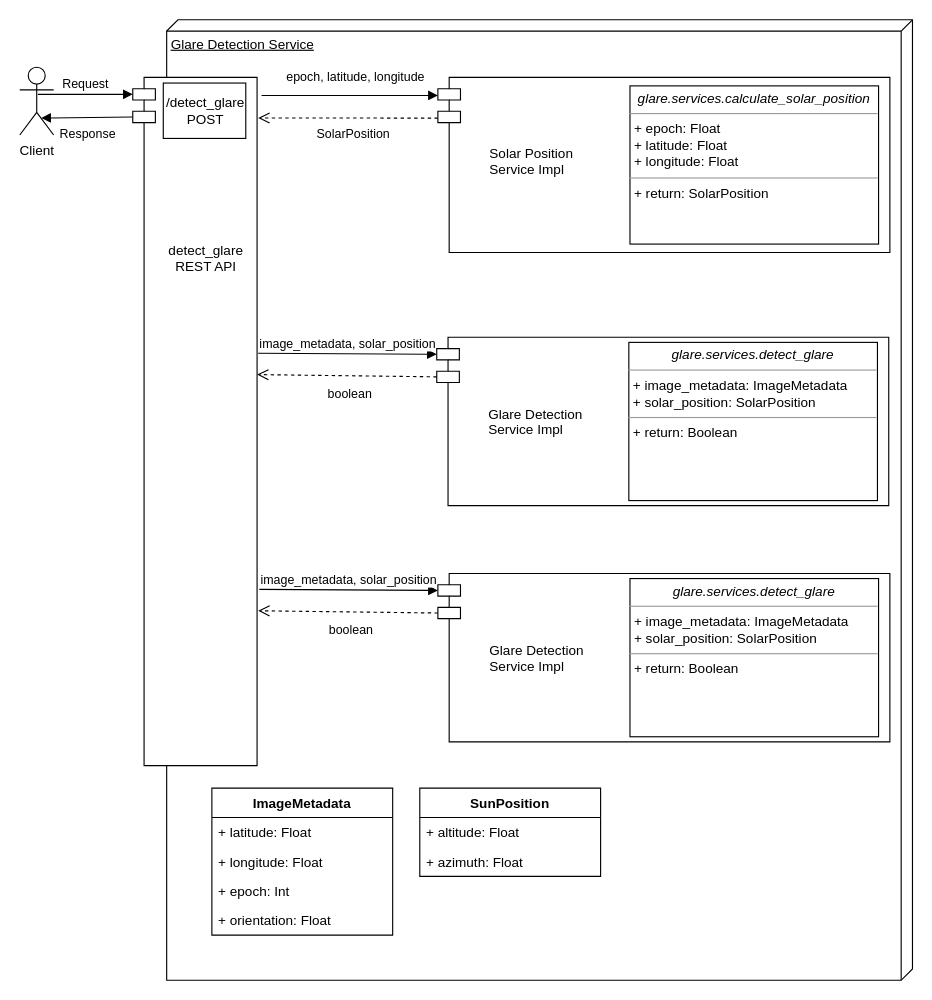
Above: GlareArchitectureExtended.drawio in nacho-fm/glare (draw.io), before the change. Source tidied: cells renumbered, new cells numbered last; positions are measured from the earlier drawing's top-left corner, leaving out a move shared by most shapes. Both pictures are drawn from the tidied source at 113%, with x=0, y=0 at pixel (19, 19).
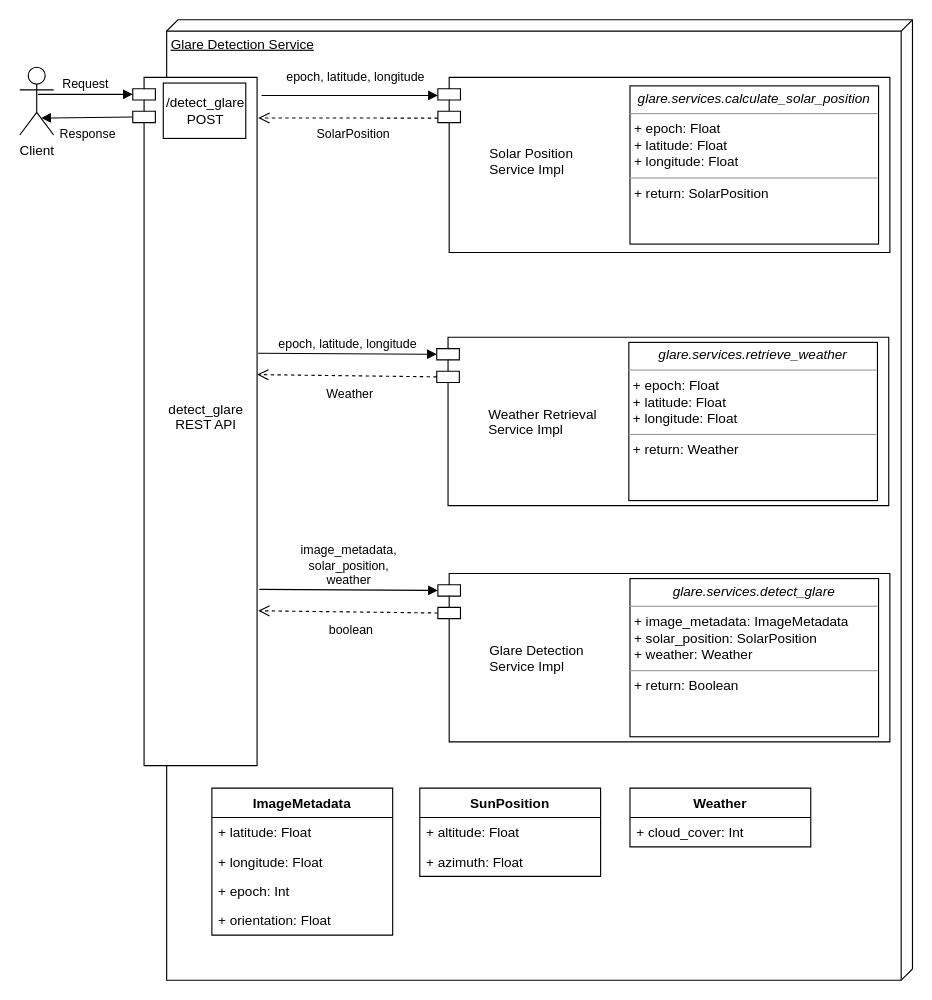
After the change.

Commit message:
Finish adding weather service to GlareArchitectureExtended.drawio

Unchanged cells that the change refers to:
```xml
<mxCell id="27" style="shape=module;align=left;spacingLeft=20;align=center;verticalAlign=top;direction=east;" parent="1" vertex="1">
  <mxGeometry x="369" y="281" width="400" height="149" as="geometry" />
</mxCell>
```

Diff of the diagram source:
```diff
@@
-    <mxCell id="3" value="&#10;&#10;&#10;&#10;&#10;&#10;&#10;&#10;&#10;&#10;detect_glare&#10;REST API" style="shape=module;align=left;spacingLeft=20;align=center;verticalAlign=top;" parent="1" vertex="1">
+    <mxCell id="3" value="&#10;&#10;&#10;&#10;&#10;&#10;&#10;&#10;&#10;&#10;&#10;&#10;&#10;&#10;&#10;&#10;&#10;&#10;&#10;&#10;detect_glare&#10;REST API" style="shape=module;align=left;spacingLeft=20;align=center;verticalAlign=top;" parent="1" vertex="1">
       <mxGeometry x="100" y="51" width="110" height="609" as="geometry" />
     </mxCell>
-    <mxCell id="4" value="image_metadata, solar_position" style="html=1;verticalAlign=bottom;endArrow=block;entryX=0;entryY=0;entryDx=0;entryDy=15;entryPerimeter=0;exitX=1.018;exitY=0.585;exitDx=0;exitDy=0;exitPerimeter=0;" parent="1" edge="1">
+    <mxCell id="4" value="image_metadata,&lt;br&gt;solar_position,&lt;br&gt;weather" style="html=1;verticalAlign=bottom;endArrow=block;entryX=0;entryY=0;entryDx=0;entryDy=15;entryPerimeter=0;exitX=1.018;exitY=0.585;exitDx=0;exitDy=0;exitPerimeter=0;" parent="1" edge="1">
       <mxGeometry relative="1" as="geometry">
         <mxPoint x="212" y="504.1" as="sourcePoint" />
         <mxPoint x="370" y="505" as="targetPoint" />
       </mxGeometry>
     </mxCell>
@@
-    <mxCell id="13" value="&lt;p style=&quot;margin: 0px ; margin-top: 4px ; text-align: center&quot;&gt;&lt;i&gt;glare.services.detect_glare&lt;/i&gt;&lt;/p&gt;&lt;hr size=&quot;1&quot;&gt;&lt;p style=&quot;margin: 0px ; margin-left: 4px&quot;&gt;+ image_metadata: ImageMetadata&lt;br&gt;+ solar_position: SolarPosition&lt;/p&gt;&lt;hr size=&quot;1&quot;&gt;&lt;p style=&quot;margin: 0px ; margin-left: 4px&quot;&gt;+ return: Boolean&lt;/p&gt;" style="verticalAlign=top;align=left;overflow=fill;fontSize=12;fontFamily=Helvetica;html=1;" parent="1" vertex="1">
+    <mxCell id="13" value="&lt;p style=&quot;margin: 0px ; margin-top: 4px ; text-align: center&quot;&gt;&lt;i&gt;glare.services.detect_glare&lt;/i&gt;&lt;/p&gt;&lt;hr size=&quot;1&quot;&gt;&lt;p style=&quot;margin: 0px ; margin-left: 4px&quot;&gt;+ image_metadata: ImageMetadata&lt;br&gt;+ solar_position: SolarPosition&lt;/p&gt;&lt;p style=&quot;margin: 0px ; margin-left: 4px&quot;&gt;+ weather: Weather&lt;/p&gt;&lt;hr size=&quot;1&quot;&gt;&lt;p style=&quot;margin: 0px ; margin-left: 4px&quot;&gt;+ return: Boolean&lt;/p&gt;" style="verticalAlign=top;align=left;overflow=fill;fontSize=12;fontFamily=Helvetica;html=1;" parent="1" vertex="1">
       <mxGeometry x="540" y="494.5" width="220" height="140" as="geometry" />
     </mxCell>
@@
-    <mxCell id="26" value="image_metadata, solar_position" style="html=1;verticalAlign=bottom;endArrow=block;entryX=0;entryY=0;entryDx=0;entryDy=15;entryPerimeter=0;exitX=1.018;exitY=0.585;exitDx=0;exitDy=0;exitPerimeter=0;" parent="1" edge="1">
+    <mxCell id="26" value="epoch, latitude, longitude" style="html=1;verticalAlign=bottom;endArrow=block;entryX=0;entryY=0;entryDx=0;entryDy=15;entryPerimeter=0;exitX=1.018;exitY=0.585;exitDx=0;exitDy=0;exitPerimeter=0;" parent="1" edge="1">
       <mxGeometry relative="1" as="geometry">
         <mxPoint x="211" y="295.1" as="sourcePoint" />
         <mxPoint x="369" y="296" as="targetPoint" />
       </mxGeometry>
     </mxCell>
@@
-    <mxCell id="28" value="Glare Detection&#10;Service Impl" style="text;strokeColor=none;fillColor=none;align=left;verticalAlign=top;spacingLeft=4;spacingRight=4;overflow=hidden;" parent="1" vertex="1">
-      <mxGeometry x="409" y="335.5" width="100" height="40" as="geometry" />
+    <mxCell id="28" value="Weather Retrieval&#10;Service Impl" style="text;strokeColor=none;fillColor=none;align=left;verticalAlign=top;spacingLeft=4;spacingRight=4;overflow=hidden;" parent="1" vertex="1">
+      <mxGeometry x="409" y="335.5" width="111" height="40" as="geometry" />
     </mxCell>
-    <mxCell id="29" value="boolean" style="html=1;verticalAlign=bottom;endArrow=open;dashed=1;endSize=8;exitX=0;exitY=0;exitDx=0;exitDy=35;exitPerimeter=0;" parent="1" edge="1" source="27">
+    <mxCell id="29" value="Weather" style="html=1;verticalAlign=bottom;endArrow=open;dashed=1;endSize=8;exitX=0;exitY=0;exitDx=0;exitDy=35;exitPerimeter=0;" parent="1" edge="1" source="27">
       <mxGeometry x="-0.05" y="25" relative="1" as="geometry">
         <mxPoint x="210" y="314" as="targetPoint" />
         <mxPoint x="-1" as="offset" />
       </mxGeometry>
     </mxCell>
-    <mxCell id="30" value="&lt;p style=&quot;margin: 0px ; margin-top: 4px ; text-align: center&quot;&gt;&lt;i&gt;glare.services.detect_glare&lt;/i&gt;&lt;/p&gt;&lt;hr size=&quot;1&quot;&gt;&lt;p style=&quot;margin: 0px ; margin-left: 4px&quot;&gt;+ image_metadata: ImageMetadata&lt;br&gt;+ solar_position: SolarPosition&lt;/p&gt;&lt;hr size=&quot;1&quot;&gt;&lt;p style=&quot;margin: 0px ; margin-left: 4px&quot;&gt;+ return: Boolean&lt;/p&gt;" style="verticalAlign=top;align=left;overflow=fill;fontSize=12;fontFamily=Helvetica;html=1;" parent="1" vertex="1">
+    <mxCell id="30" value="&lt;p style=&quot;margin: 0px ; margin-top: 4px ; text-align: center&quot;&gt;&lt;i&gt;glare.services.retrieve_weather&lt;/i&gt;&lt;/p&gt;&lt;hr size=&quot;1&quot;&gt;&lt;p style=&quot;margin: 0px 0px 0px 4px&quot;&gt;+ epoch: Float&lt;br&gt;+ latitude: Float&lt;/p&gt;&lt;p style=&quot;margin: 0px 0px 0px 4px&quot;&gt;+ longitude: Float&lt;/p&gt;&lt;hr size=&quot;1&quot;&gt;&lt;p style=&quot;margin: 0px ; margin-left: 4px&quot;&gt;+ return: Weather&lt;/p&gt;" style="verticalAlign=top;align=left;overflow=fill;fontSize=12;fontFamily=Helvetica;html=1;" parent="1" vertex="1">
       <mxGeometry x="539" y="285.5" width="220" height="140" as="geometry" />
     </mxCell>
+    <mxCell id="31" value="Weather" style="swimlane;fontStyle=1;align=center;verticalAlign=top;horizontal=1;startSize=26;" parent="1" vertex="1">
+      <mxGeometry x="540" y="680" width="160" height="52" as="geometry" />
+    </mxCell>
+    <mxCell id="32" value="+ cloud_cover: Int" style="text;strokeColor=none;fillColor=none;align=left;verticalAlign=top;spacingLeft=4;spacingRight=4;overflow=hidden;" parent="31" vertex="1">
+      <mxGeometry y="26" width="160" height="26" as="geometry" />
+    </mxCell>
```
